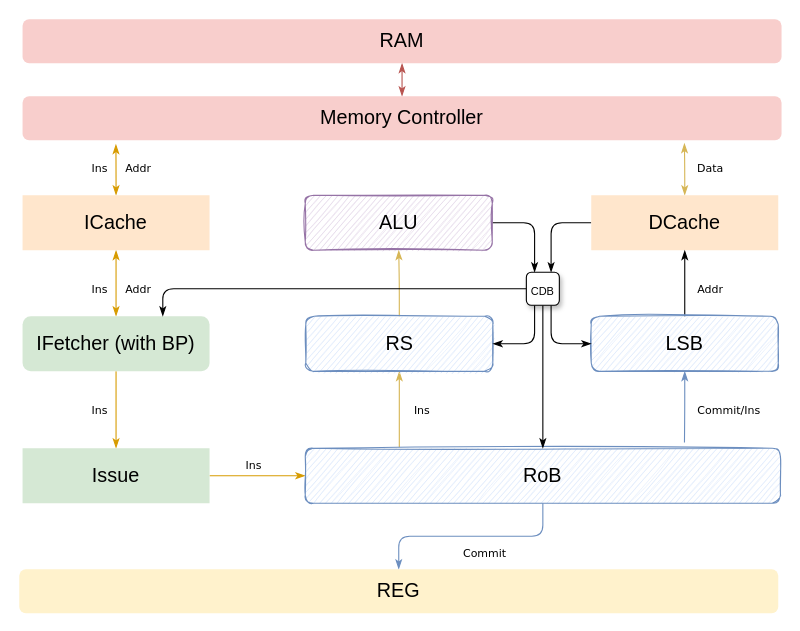
This is design.drawio from Jerx2y/RISCV-CPU-2022, a draw.io file, before an edit. Source tidied: cells renumbered, new cells numbered last; positions are measured from the earlier drawing's top-left corner, leaving out a move shared by most shapes. Both pictures are drawn from the tidied source at 110%, with x=0, y=0 at pixel (19, 19).
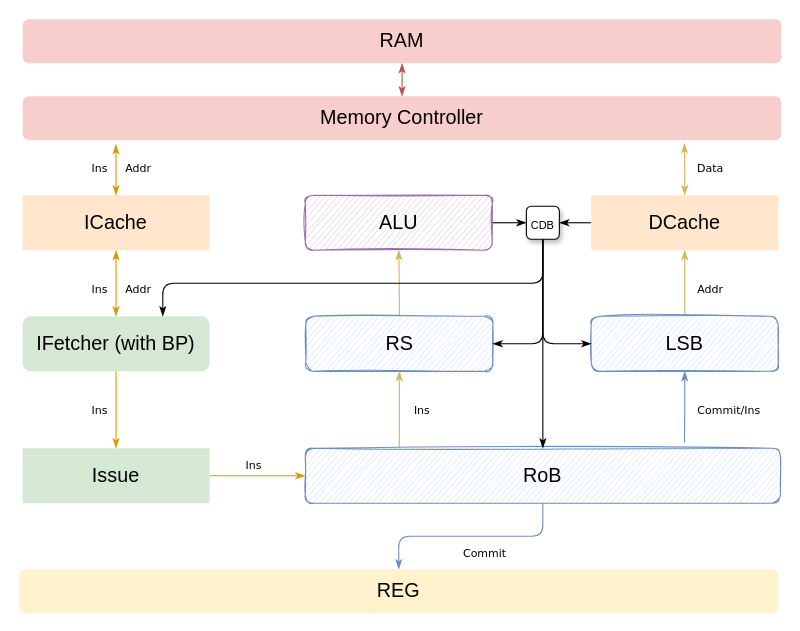
After the change.

The change refers to these unchanged cells:
```xml
<mxCell id="9" value="DCache" style="whiteSpace=wrap;html=1;glass=0;strokeColor=none;fontSize=18;fillColor=#ffe6cc;rounded=0;" parent="1" vertex="1">
  <mxGeometry x="520" y="160" width="170" height="50" as="geometry" />
</mxCell>
<mxCell id="11" value="IFetcher (with BP)" style="whiteSpace=wrap;html=1;glass=0;strokeColor=none;fontSize=18;fillColor=#d5e8d4;rounded=1;sketch=0;shadow=0;" parent="1" vertex="1">
  <mxGeometry x="3" y="270" width="170" height="50" as="geometry" />
</mxCell>
<mxCell id="18" value="LSB" style="whiteSpace=wrap;html=1;glass=0;strokeColor=#6c8ebf;fontSize=18;fillColor=#dae8fc;rounded=1;sketch=1;" parent="1" vertex="1">
  <mxGeometry x="520" y="270" width="170" height="50" as="geometry" />
</mxCell>
<mxCell id="20" value="RS" style="whiteSpace=wrap;html=1;glass=0;strokeColor=#6c8ebf;fontSize=18;fillColor=#dae8fc;rounded=1;sketch=1;" parent="1" vertex="1">
  <mxGeometry x="260.5" y="270" width="170" height="50" as="geometry" />
</mxCell>
<mxCell id="25" value="ALU" style="whiteSpace=wrap;html=1;glass=0;strokeColor=#9673a6;fontSize=18;fillColor=#e1d5e7;rounded=1;shadow=0;sketch=1;" parent="1" vertex="1">
  <mxGeometry x="260" y="160" width="170" height="50" as="geometry" />
</mxCell>
```

What changed in the source:
```diff
@@
-    <mxCell id="8" style="edgeStyle=orthogonalEdgeStyle;rounded=1;jettySize=auto;html=1;exitX=0;exitY=0.5;exitDx=0;exitDy=0;entryX=0.75;entryY=0;entryDx=0;entryDy=0;labelBackgroundColor=default;fontSize=10;startArrow=none;startFill=0;endArrow=classicThin;endFill=1;" parent="1" edge="1" source="9" target="31">
+    <mxCell id="8" style="edgeStyle=orthogonalEdgeStyle;rounded=1;jettySize=auto;html=1;exitX=0;exitY=0.5;exitDx=0;exitDy=0;entryX=1;entryY=0.5;entryDx=0;entryDy=0;labelBackgroundColor=default;fontSize=10;startArrow=none;startFill=0;endArrow=classicThin;endFill=1;" parent="1" edge="1" source="9" target="31">
       <mxGeometry relative="1" as="geometry" />
     </mxCell>
@@
-    <mxCell id="17" style="edgeStyle=orthogonalEdgeStyle;rounded=1;jettySize=auto;html=1;exitX=0.5;exitY=0;exitDx=0;exitDy=0;entryX=0.5;entryY=1;entryDx=0;entryDy=0;labelBackgroundColor=default;fontSize=18;startArrow=none;startFill=0;endArrow=classicThin;endFill=1;" parent="1" edge="1" source="18" target="9">
+    <mxCell id="17" style="edgeStyle=orthogonalEdgeStyle;rounded=1;jettySize=auto;html=1;exitX=0.5;exitY=0;exitDx=0;exitDy=0;entryX=0.5;entryY=1;entryDx=0;entryDy=0;labelBackgroundColor=default;fontSize=18;startArrow=none;startFill=0;endArrow=classicThin;endFill=1;fillColor=#fff2cc;strokeColor=#d6b656;" parent="1" edge="1" source="18" target="9">
       <mxGeometry relative="1" as="geometry" />
     </mxCell>
@@
-    <mxCell id="24" style="rounded=1;jettySize=auto;html=1;exitX=1;exitY=0.5;exitDx=0;exitDy=0;entryX=0.25;entryY=0;entryDx=0;entryDy=0;labelBackgroundColor=default;fontSize=10;startArrow=none;startFill=0;endArrow=classicThin;endFill=1;edgeStyle=orthogonalEdgeStyle;" parent="1" edge="1" source="25" target="31">
+    <mxCell id="24" style="rounded=1;jettySize=auto;html=1;exitX=1;exitY=0.5;exitDx=0;exitDy=0;entryX=0;entryY=0.5;entryDx=0;entryDy=0;labelBackgroundColor=default;fontSize=10;startArrow=none;startFill=0;endArrow=classicThin;endFill=1;edgeStyle=orthogonalEdgeStyle;" parent="1" edge="1" source="25" target="31">
       <mxGeometry relative="1" as="geometry" />
     </mxCell>
@@
-    <mxCell id="27" style="edgeStyle=orthogonalEdgeStyle;rounded=1;jettySize=auto;html=1;exitX=0.25;exitY=1;exitDx=0;exitDy=0;entryX=1;entryY=0.5;entryDx=0;entryDy=0;labelBackgroundColor=default;fontSize=10;startArrow=none;startFill=0;endArrow=classicThin;endFill=1;" parent="1" edge="1" source="31" target="20">
+    <mxCell id="27" style="edgeStyle=orthogonalEdgeStyle;rounded=1;jettySize=auto;html=1;exitX=0.5;exitY=1;exitDx=0;exitDy=0;entryX=1;entryY=0.5;entryDx=0;entryDy=0;labelBackgroundColor=default;fontSize=10;startArrow=none;startFill=0;endArrow=classicThin;endFill=1;" parent="1" edge="1" source="31" target="20">
       <mxGeometry relative="1" as="geometry" />
     </mxCell>
-    <mxCell id="28" style="edgeStyle=orthogonalEdgeStyle;rounded=1;jettySize=auto;html=1;exitX=0.75;exitY=1;exitDx=0;exitDy=0;entryX=0;entryY=0.5;entryDx=0;entryDy=0;labelBackgroundColor=default;fontSize=10;startArrow=none;startFill=0;endArrow=classicThin;endFill=1;" parent="1" edge="1" source="31" target="18">
+    <mxCell id="28" style="edgeStyle=orthogonalEdgeStyle;rounded=1;jettySize=auto;html=1;exitX=0.5;exitY=1;exitDx=0;exitDy=0;entryX=0;entryY=0.5;entryDx=0;entryDy=0;labelBackgroundColor=default;fontSize=10;startArrow=none;startFill=0;endArrow=classicThin;endFill=1;" parent="1" edge="1" source="31" target="18">
       <mxGeometry relative="1" as="geometry" />
     </mxCell>
@@
-    <mxCell id="30" style="edgeStyle=orthogonalEdgeStyle;rounded=1;jettySize=auto;html=1;exitX=0;exitY=0.5;exitDx=0;exitDy=0;entryX=0.75;entryY=0;entryDx=0;entryDy=0;labelBackgroundColor=default;fontSize=10;startArrow=none;startFill=0;endArrow=classicThin;endFill=1;" parent="1" edge="1" source="31" target="11">
-      <mxGeometry relative="1" as="geometry" />
+    <mxCell id="30" style="edgeStyle=orthogonalEdgeStyle;rounded=1;jettySize=auto;html=1;exitX=0.5;exitY=1;exitDx=0;exitDy=0;entryX=0.75;entryY=0;entryDx=0;entryDy=0;labelBackgroundColor=default;fontSize=10;startArrow=none;startFill=0;endArrow=classicThin;endFill=1;elbow=vertical;" parent="1" edge="1" source="31" target="11">
+      <mxGeometry relative="1" as="geometry">
+        <Array as="points">
+          <mxPoint x="476" y="240" />
+          <mxPoint x="131" y="240" />
+        </Array>
+      </mxGeometry>
     </mxCell>
     <mxCell id="31" value="&lt;font style=&quot;font-size: 10px;&quot;&gt;CDB&lt;/font&gt;" style="whiteSpace=wrap;html=1;glass=0;fontSize=18;rounded=1;strokeColor=default;shadow=1;" parent="1" vertex="1">
-      <mxGeometry x="461" y="230" width="30" height="30" as="geometry" />
+      <mxGeometry x="461" y="170" width="30" height="30" as="geometry" />
     </mxCell>
```
